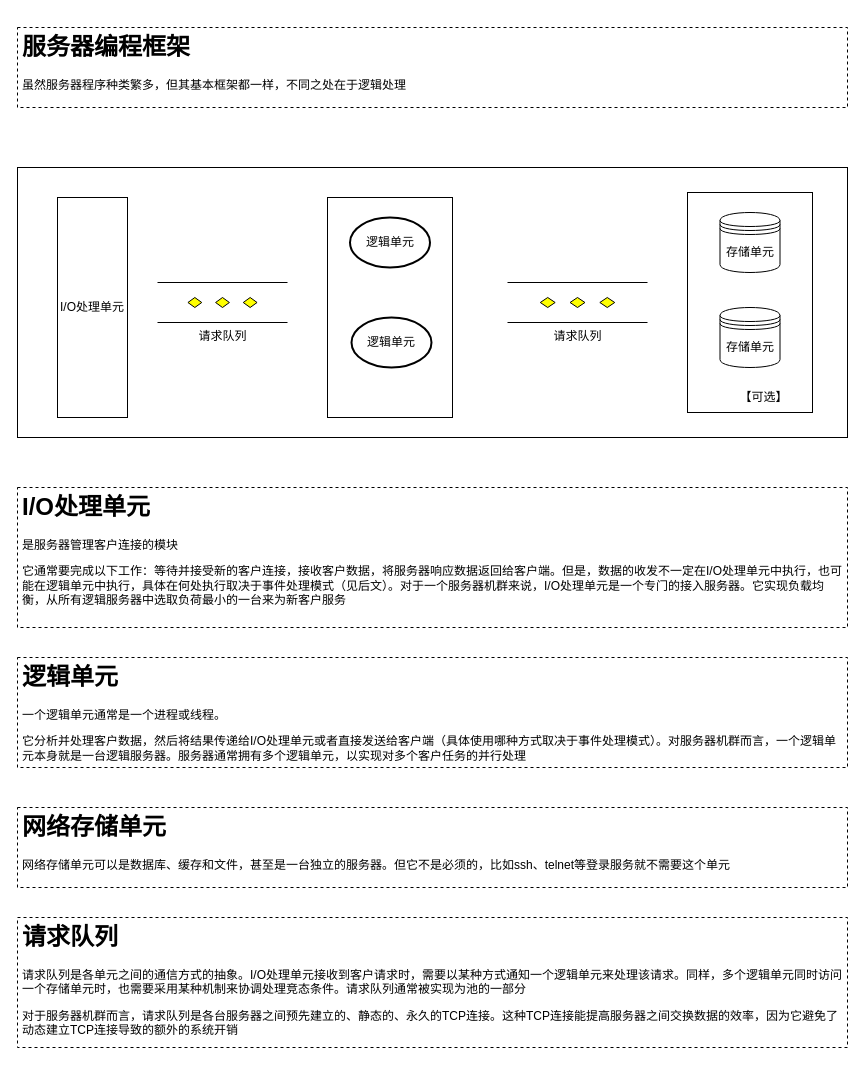
This is page "服务器基本框架" (3 of 5) of linux服务器编程.drawio from zhaoyb-coder/blog, a draw.io file, before an edit. Source tidied: cells renumbered, new cells numbered last; positions are measured from the earlier drawing's top-left corner, leaving out a move shared by most shapes. Both pictures are drawn from the tidied source at 100%, with x=0, y=0 at pixel (17, 27).
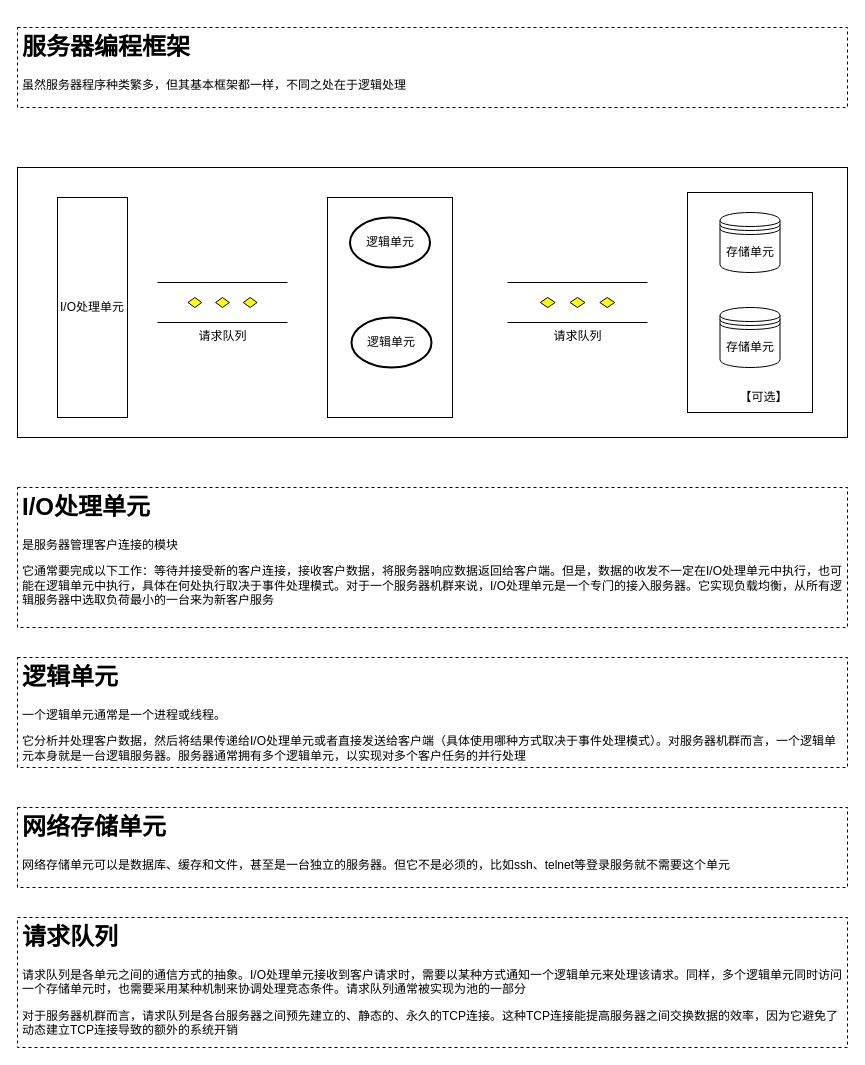
The same page after the edit.

Diff of the diagram source:
```diff
@@
 <mxGraphModel>
   <root>
     <mxCell id="0" />
     <mxCell id="1" parent="0" />
     <mxCell id="2" value="&lt;h1&gt;服务器编程框架&lt;/h1&gt;&lt;p&gt;虽然服务器程序种类繁多，但其基本框架都一样，不同之处在于逻辑处理&lt;/p&gt;" style="text;html=1;fillColor=none;spacing=5;spacingTop=-20;whiteSpace=wrap;overflow=hidden;rounded=0;dashed=1;strokeColor=#000000;" parent="1" vertex="1">
       <mxGeometry width="830" height="80" as="geometry" />
     </mxCell>
     <mxCell id="3" style="rounded=0;whiteSpace=wrap;html=1;strokeColor=#000000;" parent="1" vertex="1">
       <mxGeometry y="140" width="830" height="270" as="geometry" />
     </mxCell>
     <mxCell id="4" value="I/O处理单元" style="rounded=0;whiteSpace=wrap;html=1;strokeColor=#000000;" parent="1" vertex="1">
       <mxGeometry x="40" y="170" width="70" height="220" as="geometry" />
     </mxCell>
     <mxCell id="5" value="请求队列" style="verticalLabelPosition=bottom;verticalAlign=top;html=1;shape=mxgraph.flowchart.parallel_mode;strokeColor=#000000;" parent="1" vertex="1">
       <mxGeometry x="140" y="255" width="130" height="40" as="geometry" />
     </mxCell>
     <mxCell id="6" style="rounded=0;whiteSpace=wrap;html=1;strokeColor=#000000;" parent="1" vertex="1">
       <mxGeometry x="310" y="170" width="125" height="220" as="geometry" />
     </mxCell>
     <mxCell id="7" value="逻辑单元" style="strokeWidth=2;html=1;shape=mxgraph.flowchart.start_1;whiteSpace=wrap;" parent="1" vertex="1">
       <mxGeometry x="332.5" y="190" width="80" height="50" as="geometry" />
     </mxCell>
     <mxCell id="8" value="逻辑单元" style="strokeWidth=2;html=1;shape=mxgraph.flowchart.start_1;whiteSpace=wrap;" parent="1" vertex="1">
       <mxGeometry x="334" y="290" width="80" height="50" as="geometry" />
     </mxCell>
     <mxCell id="9" value="请求队列" style="verticalLabelPosition=bottom;verticalAlign=top;html=1;shape=mxgraph.flowchart.parallel_mode;strokeColor=#000000;" parent="1" vertex="1">
       <mxGeometry x="490" y="255" width="140" height="40" as="geometry" />
     </mxCell>
     <mxCell id="10" style="rounded=0;whiteSpace=wrap;html=1;strokeColor=#000000;" parent="1" vertex="1">
       <mxGeometry x="670" y="165" width="125" height="220" as="geometry" />
     </mxCell>
     <mxCell id="11" value="存储单元" style="shape=datastore;whiteSpace=wrap;html=1;strokeColor=#000000;" parent="1" vertex="1">
       <mxGeometry x="702.5" y="185" width="60" height="60" as="geometry" />
     </mxCell>
     <mxCell id="12" value="存储单元" style="shape=datastore;whiteSpace=wrap;html=1;strokeColor=#000000;" parent="1" vertex="1">
       <mxGeometry x="702.5" y="280" width="60" height="60" as="geometry" />
     </mxCell>
     <mxCell id="13" value="【可选】" style="text;html=1;strokeColor=none;fillColor=none;align=center;verticalAlign=middle;whiteSpace=wrap;rounded=0;" parent="1" vertex="1">
       <mxGeometry x="713" y="360" width="67" height="20" as="geometry" />
     </mxCell>
-    <mxCell id="14" value="&lt;h1&gt;I/O处理单元&lt;/h1&gt;&lt;p&gt;是服务器管理客户连接的模块&lt;/p&gt;&lt;p&gt;它通常要完成以下工作：等待并接受新的客户连接，接收客户数据，将服务器响应数据返回给客户端。但是，数据的收发不一定在I/O处理单元中执行，也可能在逻辑单元中执行，具体在何处执行取决于事件处理模式（见后文）。对于一个服务器机群来说，I/O处理单元是一个专门的接入服务器。它实现负载均衡，从所有逻辑服务器中选取负荷最小的一台来为新客户服务&lt;br&gt;&lt;/p&gt;" style="text;html=1;fillColor=none;spacing=5;spacingTop=-20;whiteSpace=wrap;overflow=hidden;rounded=0;dashed=1;strokeColor=#000000;" parent="1" vertex="1">
+    <mxCell id="14" value="&lt;h1&gt;I/O处理单元&lt;/h1&gt;&lt;p&gt;是服务器管理客户连接的模块&lt;/p&gt;&lt;p&gt;它通常要完成以下工作：等待并接受新的客户连接，接收客户数据，将服务器响应数据返回给客户端。但是，数据的收发不一定在I/O处理单元中执行，也可能在逻辑单元中执行，具体在何处执行取决于事件处理模式。对于一个服务器机群来说，I/O处理单元是一个专门的接入服务器。它实现负载均衡，从所有逻辑服务器中选取负荷最小的一台来为新客户服务&lt;br&gt;&lt;/p&gt;" style="text;html=1;fillColor=none;spacing=5;spacingTop=-20;whiteSpace=wrap;overflow=hidden;rounded=0;dashed=1;strokeColor=#000000;" parent="1" vertex="1">
       <mxGeometry y="460" width="830" height="140" as="geometry" />
     </mxCell>
     <mxCell id="15" value="&lt;h1&gt;逻辑单元&lt;/h1&gt;&lt;p&gt;一个逻辑单元通常是一个进程或线程。&lt;/p&gt;&lt;p&gt;它分析并处理客户数据，然后将结果传递给I/O处理单元或者直接发送给客户端（具体使用哪种方式取决于事件处理模式）。对服务器机群而言，一个逻辑单元本身就是一台逻辑服务器。服务器通常拥有多个逻辑单元，以实现对多个客户任务的并行处理&lt;br&gt;&lt;/p&gt;" style="text;html=1;fillColor=none;spacing=5;spacingTop=-20;whiteSpace=wrap;overflow=hidden;rounded=0;dashed=1;strokeColor=#000000;" parent="1" vertex="1">
       <mxGeometry y="630" width="830" height="110" as="geometry" />
     </mxCell>
     <mxCell id="16" value="&lt;h1&gt;网络存储单元&lt;/h1&gt;&lt;p&gt;网络存储单元可以是数据库、缓存和文件，甚至是一台独立的服务器。但它不是必须的，比如ssh、telnet等登录服务就不需要这个单元&lt;br&gt;&lt;/p&gt;" style="text;html=1;fillColor=none;spacing=5;spacingTop=-20;whiteSpace=wrap;overflow=hidden;rounded=0;dashed=1;strokeColor=#000000;" parent="1" vertex="1">
       <mxGeometry y="780" width="830" height="80" as="geometry" />
     </mxCell>
     <mxCell id="17" value="&lt;h1&gt;请求队列&lt;/h1&gt;&lt;p&gt;请求队列是各单元之间的通信方式的抽象。I/O处理单元接收到客户请求时，需要以某种方式通知一个逻辑单元来处理该请求。同样，多个逻辑单元同时访问一个存储单元时，也需要采用某种机制来协调处理竞态条件。请求队列通常被实现为池的一部分&lt;br&gt;&lt;/p&gt;&lt;p&gt;对于服务器机群而言，请求队列是各台服务器之间预先建立的、静态的、永久的TCP连接。这种TCP连接能提高服务器之间交换数据的效率，因为它避免了动态建立TCP连接导致的额外的系统开销&lt;br&gt;&lt;/p&gt;&lt;p&gt;&lt;br&gt;&lt;/p&gt;" style="text;html=1;fillColor=none;spacing=5;spacingTop=-20;whiteSpace=wrap;overflow=hidden;rounded=0;dashed=1;strokeColor=#000000;" parent="1" vertex="1">
       <mxGeometry y="890" width="830" height="130" as="geometry" />
     </mxCell>
   </root>
 </mxGraphModel>
```
